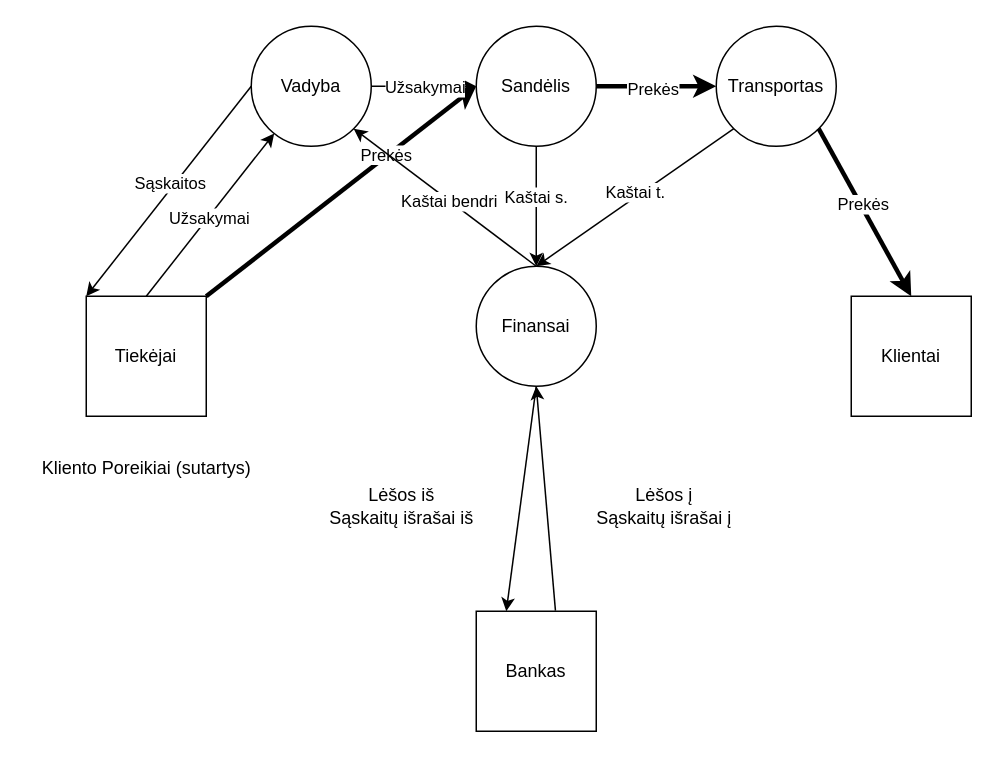
Above: page "Nulinis Lygis" (2 of 3) of Untitled Diagram.drawio in D0mazo/Studijos (draw.io), before the change. Source tidied: cells renumbered, new cells numbered last; positions are measured from the earlier drawing's top-left corner, leaving out a move shared by most shapes. Both pictures are drawn from the tidied source at 150%, with x=0, y=0 at pixel (26, 26).
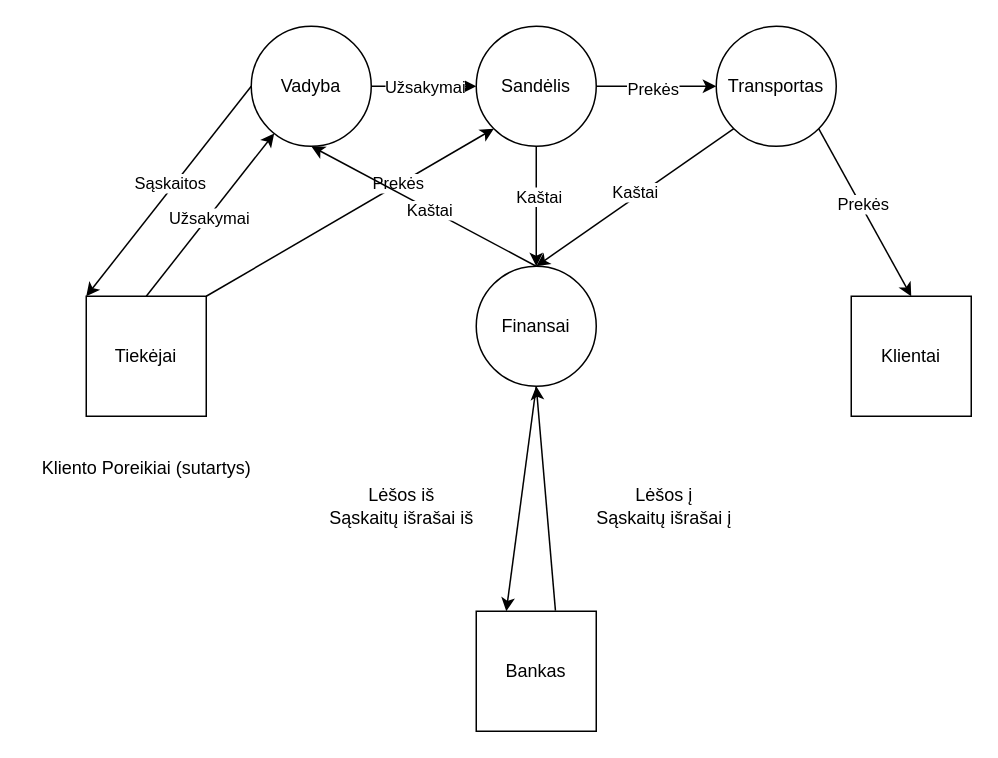
After the change.

The change refers to these unchanged cells:
```xml
<mxCell id="2" value="Klientai" style="whiteSpace=wrap;html=1;" parent="1" vertex="1">
  <mxGeometry x="550" y="180" width="80" height="80" as="geometry" />
</mxCell>
<mxCell id="3" value="Tiekėjai" style="whiteSpace=wrap;html=1;" parent="1" vertex="1">
  <mxGeometry x="40" y="180" width="80" height="80" as="geometry" />
</mxCell>
<mxCell id="10" value="Vadyba" style="ellipse;whiteSpace=wrap;html=1;" parent="1" vertex="1">
  <mxGeometry x="150" width="80" height="80" as="geometry" />
</mxCell>
<mxCell id="13" value="Sandėlis" style="ellipse;whiteSpace=wrap;html=1;" parent="1" vertex="1">
  <mxGeometry x="300" width="80" height="80" as="geometry" />
</mxCell>
<mxCell id="16" value="Transportas" style="ellipse;whiteSpace=wrap;html=1;" parent="1" vertex="1">
  <mxGeometry x="460" width="80" height="80" as="geometry" />
</mxCell>
<mxCell id="25" value="Finansai" style="ellipse;whiteSpace=wrap;html=1;" parent="1" vertex="1">
  <mxGeometry x="300" y="160" width="80" height="80" as="geometry" />
</mxCell>
<mxCell id="26" style="endArrow=classic;html=1;rounded=0;exitX=0;exitY=1;exitDx=0;exitDy=0;entryX=0.5;entryY=0;entryDx=0;entryDy=0;" parent="1" edge="1" source="16" target="25">
  <mxGeometry relative="1" as="geometry" />
</mxCell>
<mxCell id="28" style="endArrow=classic;html=1;rounded=0;exitX=0.5;exitY=1;exitDx=0;exitDy=0;" parent="1" edge="1" source="13">
  <mxGeometry relative="1" as="geometry">
    <mxPoint x="340" y="160" as="targetPoint" />
  </mxGeometry>
</mxCell>
```

What changed in the source:
```diff
@@
-    <mxCell id="14" style="endArrow=classic;html=1;rounded=0;exitX=1;exitY=0;exitDx=0;exitDy=0;entryX=0;entryY=0.5;entryDx=0;entryDy=0;startSize=6;strokeWidth=3;" parent="1" edge="1" source="3" target="13">
+    <mxCell id="14" style="endArrow=classic;html=1;rounded=0;exitX=1;exitY=0;exitDx=0;exitDy=0;entryX=0;entryY=1;entryDx=0;entryDy=0;" parent="1" edge="1" source="3" target="13">
       <mxGeometry relative="1" as="geometry" />
     </mxCell>
@@
-    <mxCell id="17" style="endArrow=classic;html=1;rounded=0;exitX=1;exitY=0.5;exitDx=0;exitDy=0;entryX=0;entryY=0.5;entryDx=0;entryDy=0;strokeWidth=3;" parent="1" edge="1" source="13" target="16">
+    <mxCell id="17" style="endArrow=classic;html=1;rounded=0;exitX=1;exitY=0.5;exitDx=0;exitDy=0;entryX=0;entryY=0.5;entryDx=0;entryDy=0;" parent="1" edge="1" source="13" target="16">
       <mxGeometry relative="1" as="geometry" />
     </mxCell>
@@
-    <mxCell id="19" style="endArrow=classic;html=1;rounded=0;exitX=1;exitY=1;exitDx=0;exitDy=0;entryX=0.5;entryY=0;entryDx=0;entryDy=0;strokeWidth=3;" parent="1" edge="1" source="16" target="2">
+    <mxCell id="19" style="endArrow=classic;html=1;rounded=0;exitX=1;exitY=1;exitDx=0;exitDy=0;entryX=0.5;entryY=0;entryDx=0;entryDy=0;" parent="1" edge="1" source="16" target="2">
       <mxGeometry relative="1" as="geometry" />
     </mxCell>
@@
-    <mxCell id="27" value="Kaštai t." style="edgeLabel;html=1;align=center;verticalAlign=middle;" parent="26" vertex="1">
+    <mxCell id="27" value="Kaštai" style="edgeLabel;html=1;align=center;verticalAlign=middle;" parent="26" vertex="1">
       <mxGeometry x="-0.01" y="-3" relative="1" as="geometry" />
     </mxCell>
@@
-    <mxCell id="29" value="Kaštai s." style="edgeLabel;html=1;align=center;verticalAlign=middle;" parent="28" vertex="1">
-      <mxGeometry x="-0.18" y="1" relative="1" as="geometry">
-        <mxPoint x="-2" as="offset" />
-      </mxGeometry>
+    <mxCell id="29" value="Kaštai" style="edgeLabel;html=1;align=center;verticalAlign=middle;" parent="28" vertex="1">
+      <mxGeometry x="-0.18" y="1" relative="1" as="geometry" />
     </mxCell>
-    <mxCell id="30" style="endArrow=classic;html=1;rounded=0;exitX=0.5;exitY=0;exitDx=0;exitDy=0;entryX=1;entryY=1;entryDx=0;entryDy=0;" parent="1" edge="1" source="25" target="10">
+    <mxCell id="30" style="endArrow=classic;html=1;rounded=0;exitX=0.5;exitY=0;exitDx=0;exitDy=0;entryX=0.5;entryY=1;entryDx=0;entryDy=0;" parent="1" edge="1" source="25" target="10">
       <mxGeometry relative="1" as="geometry" />
     </mxCell>
-    <mxCell id="31" value="Kaštai bendri" style="edgeLabel;html=1;align=center;verticalAlign=middle;" parent="30" vertex="1">
+    <mxCell id="31" value="Kaštai" style="edgeLabel;html=1;align=center;verticalAlign=middle;" parent="30" vertex="1">
       <mxGeometry x="-0.03" y="1" relative="1" as="geometry">
         <mxPoint x="1" as="offset" />
       </mxGeometry>
     </mxCell>
```
